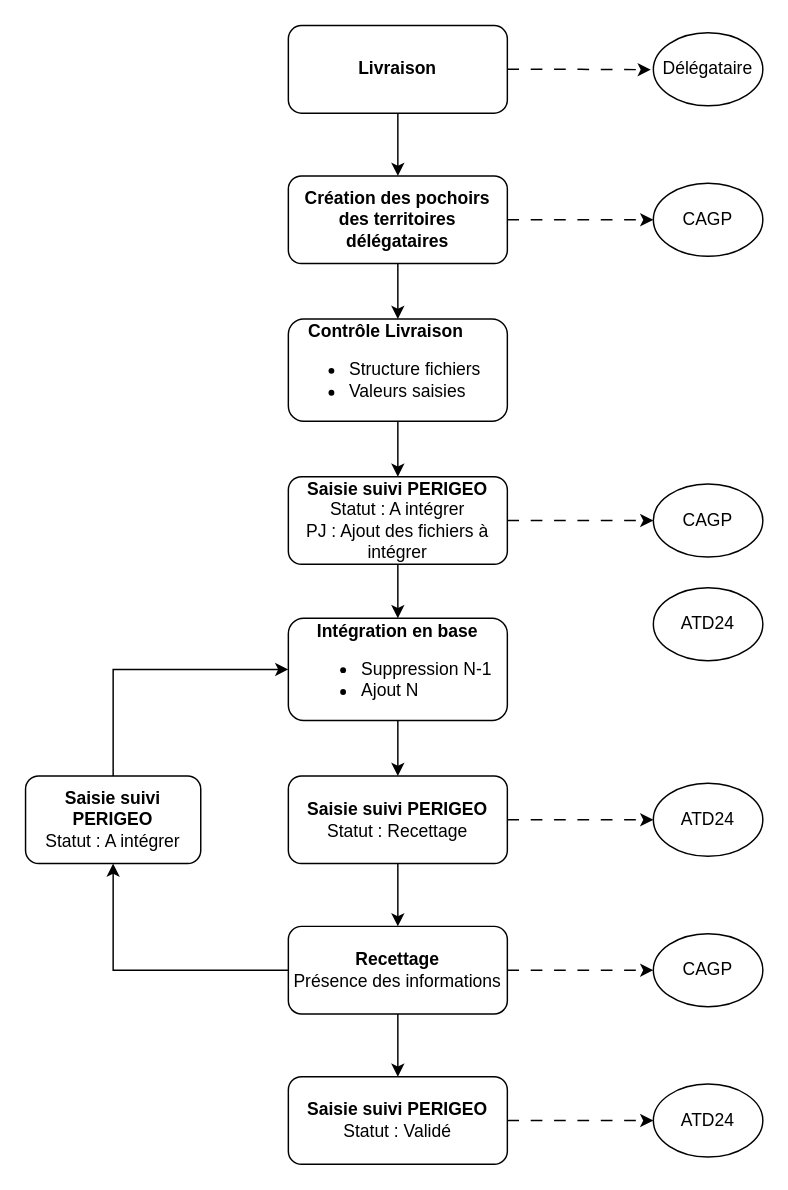
The draw.io diagram procedure_ass.drawio in eprouteau/perigeo, before the edit. Source tidied: cells renumbered, new cells numbered last; positions are measured from the earlier drawing's top-left corner, leaving out a move shared by most shapes. Both pictures are drawn from the tidied source at 146%, with x=0, y=0 at pixel (25, 25).
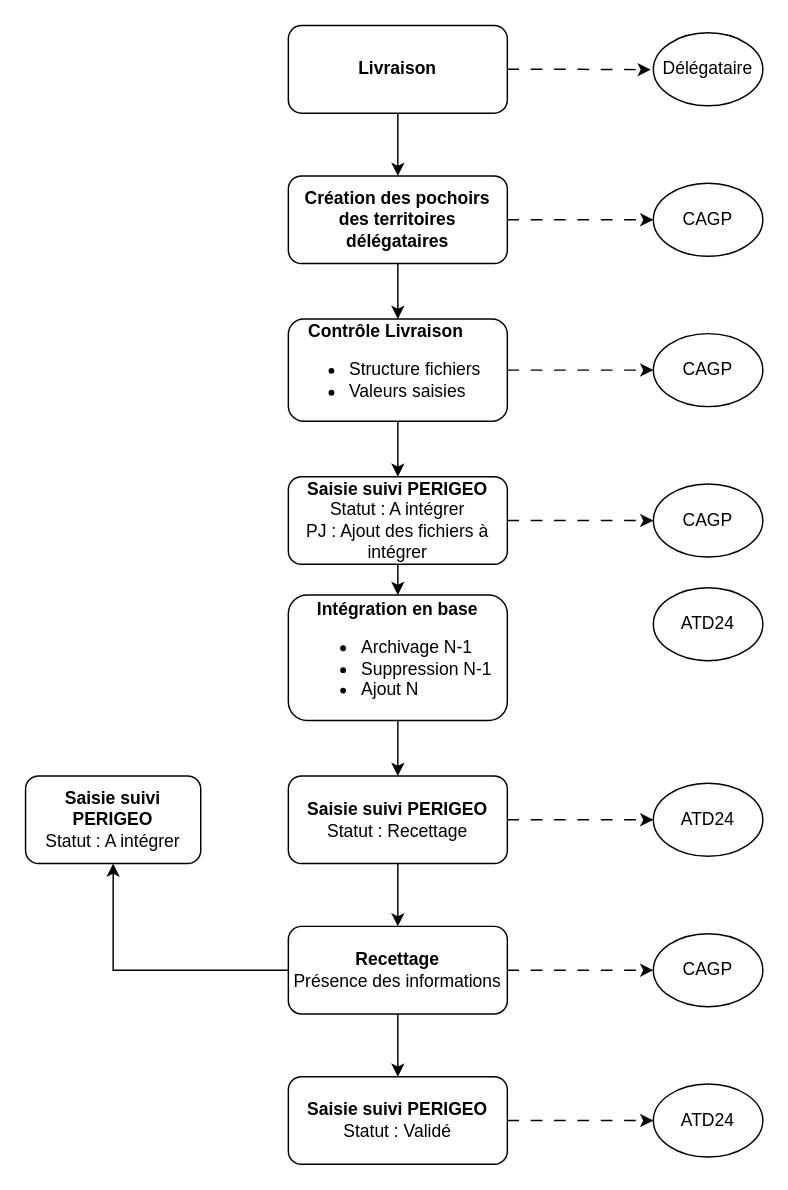
After the change.

Commit message (it also covers changes not shown here):
Mettre à jour procedure_ass.drawio

The change refers to these unchanged cells:
```xml
<mxCell id="30" value="&lt;b&gt;Saisie suivi PERIGEO&lt;/b&gt;&lt;div&gt;Statut : A intégrer&lt;/div&gt;" style="rounded=1;whiteSpace=wrap;html=1;" parent="1" vertex="1">
  <mxGeometry y="514" width="120" height="60" as="geometry" />
</mxCell>
<mxCell id="32" value="&lt;div style=&quot;text-align: center;&quot;&gt;&lt;b style=&quot;background-color: initial;&quot;&gt;Contrôle Livraison&lt;/b&gt;&lt;/div&gt;&lt;div style=&quot;line-height: 120%;&quot;&gt;&lt;ul style=&quot;line-height: 120%;&quot;&gt;&lt;li&gt;&lt;span style=&quot;background-color: initial;&quot;&gt;Structure fichiers&lt;/span&gt;&lt;/li&gt;&lt;li&gt;&lt;span style=&quot;background-color: initial;&quot;&gt;Valeurs saisies&lt;/span&gt;&lt;/li&gt;&lt;/ul&gt;&lt;/div&gt;" style="rounded=1;whiteSpace=wrap;html=1;align=left;" parent="1" vertex="1">
  <mxGeometry x="180" y="201" width="150" height="70" as="geometry" />
</mxCell>
```

The edit, as a diff of the source:
```diff
@@
-    <mxCell id="9" value="&lt;b&gt;Intégration en base&lt;/b&gt;&lt;div&gt;&lt;ul&gt;&lt;li style=&quot;text-align: left;&quot;&gt;Suppression N-1&lt;/li&gt;&lt;li style=&quot;text-align: left;&quot;&gt;Ajout N&lt;/li&gt;&lt;/ul&gt;&lt;/div&gt;" style="rounded=1;whiteSpace=wrap;html=1;" parent="1" vertex="1">
-      <mxGeometry x="180" y="406" width="150" height="70" as="geometry" />
+    <mxCell id="9" value="&lt;b&gt;Intégration en base&lt;/b&gt;&lt;div&gt;&lt;ul&gt;&lt;li style=&quot;text-align: left;&quot;&gt;Archivage N-1&lt;/li&gt;&lt;li style=&quot;text-align: left;&quot;&gt;Suppression N-1&lt;/li&gt;&lt;li style=&quot;text-align: left;&quot;&gt;Ajout N&lt;/li&gt;&lt;/ul&gt;&lt;/div&gt;" style="rounded=1;whiteSpace=wrap;html=1;" parent="1" vertex="1">
+      <mxGeometry x="180" y="390" width="150" height="86" as="geometry" />
     </mxCell>
@@
-    <mxCell id="29" style="edgeStyle=orthogonalEdgeStyle;rounded=0;jettySize=auto;html=1;entryX=0;entryY=0.5;entryDx=0;entryDy=0;exitX=0.5;exitY=0;exitDx=0;exitDy=0;" parent="1" edge="1" source="30" target="9">
-      <mxGeometry relative="1" as="geometry">
-        <Array as="points">
-          <mxPoint x="60" y="441" />
-        </Array>
-      </mxGeometry>
-    </mxCell>
@@
+    <mxCell id="33" style="edgeStyle=orthogonalEdgeStyle;rounded=0;jettySize=auto;html=1;exitX=1;exitY=0.5;exitDx=0;exitDy=0;dashed=1;dashPattern=8 8;" parent="1" edge="1" source="32" target="34">
+      <mxGeometry relative="1" as="geometry" />
+    </mxCell>
@@
+    <mxCell id="34" value="CAGP" style="ellipse;whiteSpace=wrap;html=1;" parent="1" vertex="1">
+      <mxGeometry x="430" y="211" width="75" height="50" as="geometry" />
+    </mxCell>
```
